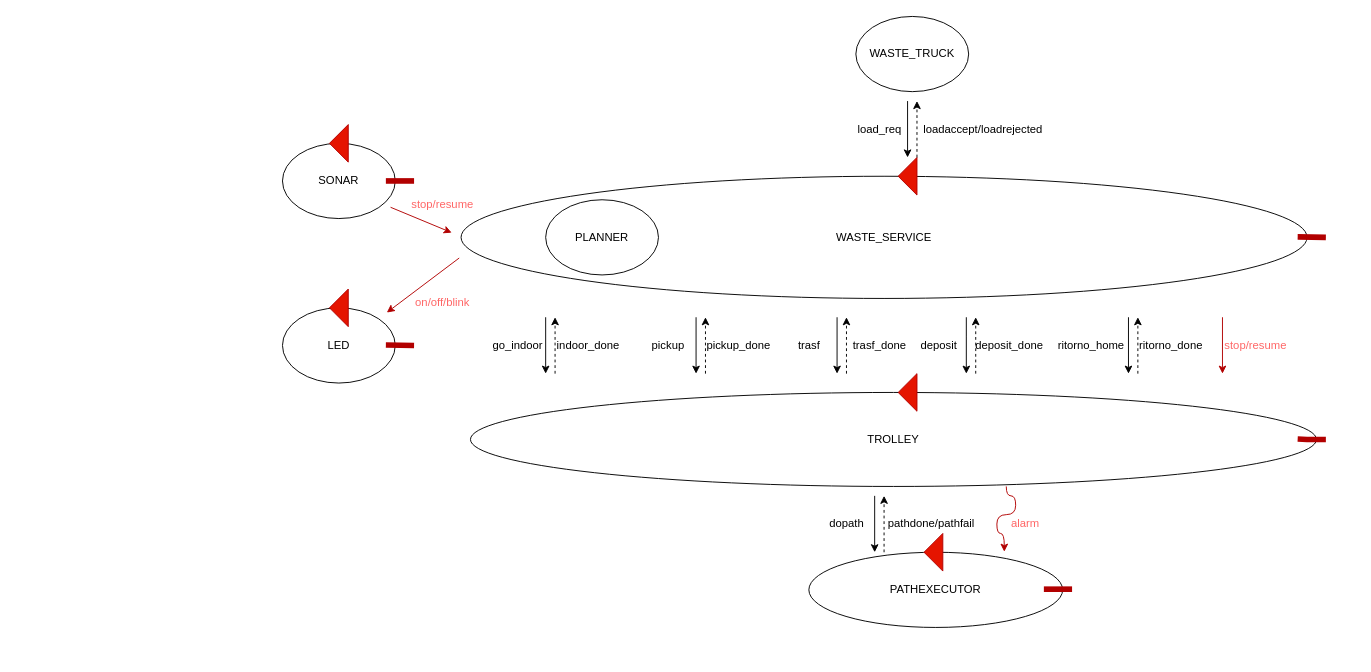
studyMatesFIDAFA/WasteService keeps this draw.io diagram as page "Page-1" (1 of 3) of sprint2/userDocs/img_Sprint2/diagramSprint2.drawio. Above is the earlier version. Source tidied: cells renumbered, new cells numbered last; positions are measured from the earlier drawing's top-left corner, leaving out a move shared by most shapes. Both pictures are drawn from the tidied source at 94%, with x=0, y=0 at pixel (282, 16).
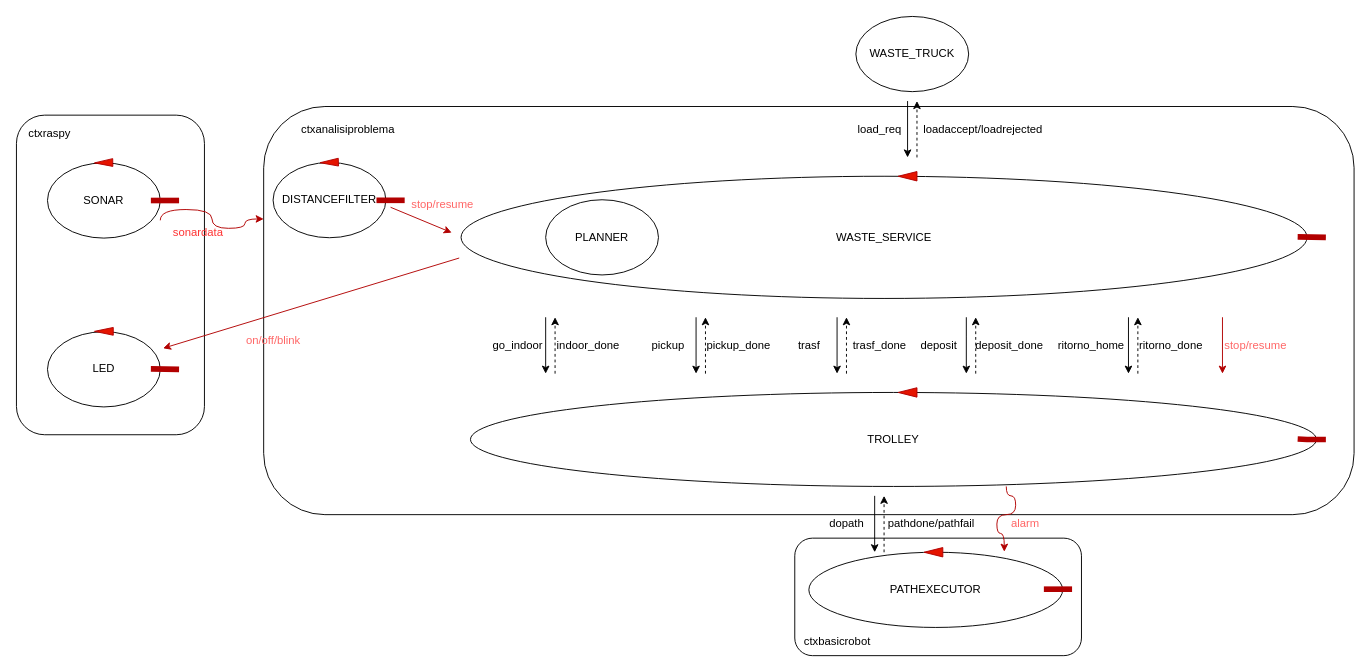
After the change.

Change to the diagram source:
```diff
@@
+    <mxCell id="55" style="rounded=1;whiteSpace=wrap;html=1;fontColor=#000000;" parent="1" vertex="1">
+      <mxGeometry x="545" y="555" width="305" height="125" as="geometry" />
+    </mxCell>
+    <mxCell id="56" style="rounded=1;whiteSpace=wrap;html=1;fontColor=#000000;" parent="1" vertex="1">
+      <mxGeometry x="-20" y="95.8" width="1160" height="434.2" as="geometry" />
+    </mxCell>
+    <mxCell id="49" value="&lt;font color=&quot;#ff6666&quot;&gt;on/off/blink&lt;/font&gt;" style="text;html=1;align=center;verticalAlign=middle;strokeColor=none;fillColor=none;" parent="1" vertex="1">
+      <mxGeometry x="-50" y="330" width="80" height="30" as="geometry" />
+    </mxCell>
+    <mxCell id="57" style="rounded=1;whiteSpace=wrap;html=1;fontColor=#FF3333;" parent="1" vertex="1">
+      <mxGeometry x="-283" y="105" width="200" height="340" as="geometry" />
+    </mxCell>
+    <mxCell id="41" value="LED" style="ellipse;whiteSpace=wrap;html=1;" parent="1" vertex="1">
+      <mxGeometry x="-250" y="335.4" width="120" height="80" as="geometry" />
+    </mxCell>
+    <mxCell id="43" style="endArrow=none;html=1;rounded=0;fillColor=#e51400;strokeColor=#B20000;strokeWidth=6;" parent="1" edge="1">
+      <mxGeometry relative="1" as="geometry">
+        <mxPoint x="-140" y="374.9" as="sourcePoint" />
+        <mxPoint x="-110" y="375.4" as="targetPoint" />
+      </mxGeometry>
+    </mxCell>
+    <mxCell id="44" style="shape=mxgraph.arrows2.wedgeArrow;html=1;fillColor=#e51400;rounded=0;strokeColor=#B20000;startWidth=4.137931034482758;" parent="1" edge="1">
+      <mxGeometry relative="1" as="geometry">
+        <mxPoint x="-180" y="335" as="sourcePoint" />
+        <mxPoint x="-200" y="335" as="targetPoint" />
+      </mxGeometry>
+    </mxCell>
+    <mxCell id="45" value="SONAR" style="ellipse;whiteSpace=wrap;html=1;" parent="1" vertex="1">
+      <mxGeometry x="-250" y="155.8" width="120" height="80" as="geometry" />
+    </mxCell>
+    <mxCell id="46" style="endArrow=none;html=1;rounded=0;fillColor=#e51400;strokeColor=#B20000;strokeWidth=6;" parent="1" edge="1">
+      <mxGeometry relative="1" as="geometry">
+        <mxPoint x="-140" y="195.8" as="sourcePoint" />
+        <mxPoint x="-110" y="195.8" as="targetPoint" />
+      </mxGeometry>
+    </mxCell>
+    <mxCell id="47" style="shape=mxgraph.arrows2.wedgeArrow;html=1;fillColor=#e51400;rounded=0;strokeColor=#B20000;exitX=0.579;exitY=-0.005;exitDx=0;exitDy=0;exitPerimeter=0;startWidth=4.137931034482758;" parent="1" edge="1" source="45">
+      <mxGeometry relative="1" as="geometry">
+        <mxPoint x="-200" y="155.8" as="targetPoint" />
+      </mxGeometry>
+    </mxCell>
+    <mxCell id="58" style="endArrow=classic;html=1;rounded=0;strokeWidth=1;fillColor=#e51400;strokeColor=#B20000;edgeStyle=orthogonalEdgeStyle;curved=1;" parent="1" edge="1">
+      <mxGeometry relative="1" as="geometry">
+        <mxPoint x="-130" y="216.9" as="sourcePoint" />
+        <mxPoint x="-20" y="215.4" as="targetPoint" />
+        <Array as="points">
+          <mxPoint x="-130" y="205.4" />
+          <mxPoint x="-75" y="205.4" />
+          <mxPoint x="-75" y="225.4" />
+          <mxPoint x="-40" y="225.4" />
+          <mxPoint x="-40" y="215.4" />
+        </Array>
+      </mxGeometry>
+    </mxCell>
+    <mxCell id="59" value="&lt;font color=&quot;#ff3333&quot;&gt;sonardata&lt;/font&gt;" style="text;html=1;align=center;verticalAlign=middle;strokeColor=none;fillColor=none;" parent="1" vertex="1">
+      <mxGeometry x="-130" y="215.4" width="80" height="30" as="geometry" />
+    </mxCell>
+    <mxCell id="60" value="&lt;font color=&quot;#000000&quot;&gt;ctxraspy&lt;/font&gt;" style="text;html=1;align=center;verticalAlign=middle;strokeColor=none;fillColor=none;fontColor=#FF3333;" parent="1" vertex="1">
+      <mxGeometry x="-283" y="110" width="70" height="30" as="geometry" />
+    </mxCell>
+    <mxCell id="48" style="endArrow=classic;html=1;rounded=0;strokeWidth=1;fillColor=#e51400;strokeColor=#B20000;" parent="1" edge="1">
+      <mxGeometry relative="1" as="geometry">
+        <mxPoint x="188" y="257" as="sourcePoint" />
+        <mxPoint x="-127" y="353" as="targetPoint" />
+      </mxGeometry>
+    </mxCell>
@@
-    <mxCell id="4" style="shape=mxgraph.arrows2.wedgeArrow;html=1;fillColor=#e51400;rounded=0;strokeColor=#B20000;" parent="1" edge="1">
+    <mxCell id="4" style="shape=mxgraph.arrows2.wedgeArrow;html=1;fillColor=#e51400;rounded=0;strokeColor=#B20000;startWidth=5;" parent="1" edge="1">
       <mxGeometry relative="1" as="geometry">
         <mxPoint x="675" y="170" as="sourcePoint" />
         <mxPoint x="655" y="170" as="targetPoint" />
       </mxGeometry>
     </mxCell>
@@
-    <mxCell id="41" value="LED" style="ellipse;whiteSpace=wrap;html=1;" parent="1" vertex="1">
-      <mxGeometry y="310" width="120" height="80" as="geometry" />
-    </mxCell>
-    <mxCell id="42" style="shape=mxgraph.arrows2.wedgeArrow;html=1;fillColor=#e51400;rounded=0;strokeColor=#B20000;" parent="1" edge="1">
+    <mxCell id="42" style="shape=mxgraph.arrows2.wedgeArrow;html=1;fillColor=#e51400;rounded=0;strokeColor=#B20000;startWidth=5;" parent="1" edge="1">
       <mxGeometry relative="1" as="geometry">
         <mxPoint x="675" y="400" as="sourcePoint" />
         <mxPoint x="655" y="400" as="targetPoint" />
       </mxGeometry>
     </mxCell>
-    <mxCell id="43" style="endArrow=none;html=1;rounded=0;fillColor=#e51400;strokeColor=#B20000;strokeWidth=6;" parent="1" edge="1">
-      <mxGeometry relative="1" as="geometry">
-        <mxPoint x="110" y="349.5" as="sourcePoint" />
-        <mxPoint x="140" y="350" as="targetPoint" />
-      </mxGeometry>
-    </mxCell>
-    <mxCell id="44" style="shape=mxgraph.arrows2.wedgeArrow;html=1;fillColor=#e51400;rounded=0;strokeColor=#B20000;" parent="1" edge="1">
-      <mxGeometry relative="1" as="geometry">
-        <mxPoint x="70" y="310" as="sourcePoint" />
-        <mxPoint x="50" y="310" as="targetPoint" />
-      </mxGeometry>
-    </mxCell>
-    <mxCell id="45" value="SONAR" style="ellipse;whiteSpace=wrap;html=1;" parent="1" vertex="1">
-      <mxGeometry y="135" width="120" height="80" as="geometry" />
-    </mxCell>
-    <mxCell id="46" style="endArrow=none;html=1;rounded=0;fillColor=#e51400;strokeColor=#B20000;strokeWidth=6;" parent="1" edge="1">
-      <mxGeometry relative="1" as="geometry">
-        <mxPoint x="110" y="175" as="sourcePoint" />
-        <mxPoint x="140" y="175" as="targetPoint" />
-      </mxGeometry>
-    </mxCell>
-    <mxCell id="47" style="shape=mxgraph.arrows2.wedgeArrow;html=1;fillColor=#e51400;rounded=0;strokeColor=#B20000;" parent="1" edge="1">
-      <mxGeometry relative="1" as="geometry">
-        <mxPoint x="70" y="135" as="sourcePoint" />
-        <mxPoint x="50" y="135" as="targetPoint" />
-      </mxGeometry>
-    </mxCell>
-    <mxCell id="48" style="endArrow=classic;html=1;rounded=0;strokeWidth=1;fillColor=#e51400;strokeColor=#B20000;" parent="1" edge="1">
-      <mxGeometry relative="1" as="geometry">
-        <mxPoint x="188" y="257" as="sourcePoint" />
-        <mxPoint x="111" y="315" as="targetPoint" />
-      </mxGeometry>
-    </mxCell>
-    <mxCell id="49" value="&lt;font color=&quot;#ff6666&quot;&gt;on/off/blink&lt;/font&gt;" style="text;html=1;align=center;verticalAlign=middle;strokeColor=none;fillColor=none;" parent="1" vertex="1">
-      <mxGeometry x="130" y="290" width="80" height="30" as="geometry" />
-    </mxCell>
@@
-    <mxCell id="54" style="shape=mxgraph.arrows2.wedgeArrow;html=1;fillColor=#e51400;rounded=0;strokeColor=#B20000;" parent="1" edge="1">
+    <mxCell id="54" style="shape=mxgraph.arrows2.wedgeArrow;html=1;fillColor=#e51400;rounded=0;strokeColor=#B20000;startWidth=5;" parent="1" edge="1">
       <mxGeometry relative="1" as="geometry">
         <mxPoint x="702.5" y="570" as="sourcePoint" />
         <mxPoint x="682.5" y="570" as="targetPoint" />
       </mxGeometry>
     </mxCell>
+    <mxCell id="61" value="DISTANCEFILTER" style="ellipse;whiteSpace=wrap;html=1;" parent="1" vertex="1">
+      <mxGeometry x="-10" y="155.4" width="120" height="80" as="geometry" />
+    </mxCell>
+    <mxCell id="62" style="endArrow=none;html=1;rounded=0;fillColor=#e51400;strokeColor=#B20000;strokeWidth=6;" parent="1" edge="1">
+      <mxGeometry relative="1" as="geometry">
+        <mxPoint x="100" y="195.6" as="sourcePoint" />
+        <mxPoint x="130" y="195.6" as="targetPoint" />
+      </mxGeometry>
+    </mxCell>
+    <mxCell id="63" style="shape=mxgraph.arrows2.wedgeArrow;html=1;fillColor=#e51400;rounded=0;strokeColor=#B20000;exitX=0.579;exitY=-0.005;exitDx=0;exitDy=0;exitPerimeter=0;startWidth=4.137931034482758;" parent="1" edge="1" source="61">
+      <mxGeometry relative="1" as="geometry">
+        <mxPoint x="40" y="155.6" as="targetPoint" />
+      </mxGeometry>
+    </mxCell>
+    <mxCell id="64" value="ctxanalisiproblema" style="text;html=1;strokeColor=none;fillColor=none;align=center;verticalAlign=middle;whiteSpace=wrap;rounded=0;fontColor=#000000;" parent="1" vertex="1">
+      <mxGeometry x="40" y="105" width="60" height="30" as="geometry" />
+    </mxCell>
+    <mxCell id="65" value="ctxbasicrobot" style="text;html=1;align=center;verticalAlign=middle;strokeColor=none;fillColor=none;fontColor=#000000;" parent="1" vertex="1">
+      <mxGeometry x="545" y="650" width="90" height="30" as="geometry" />
+    </mxCell>
```
